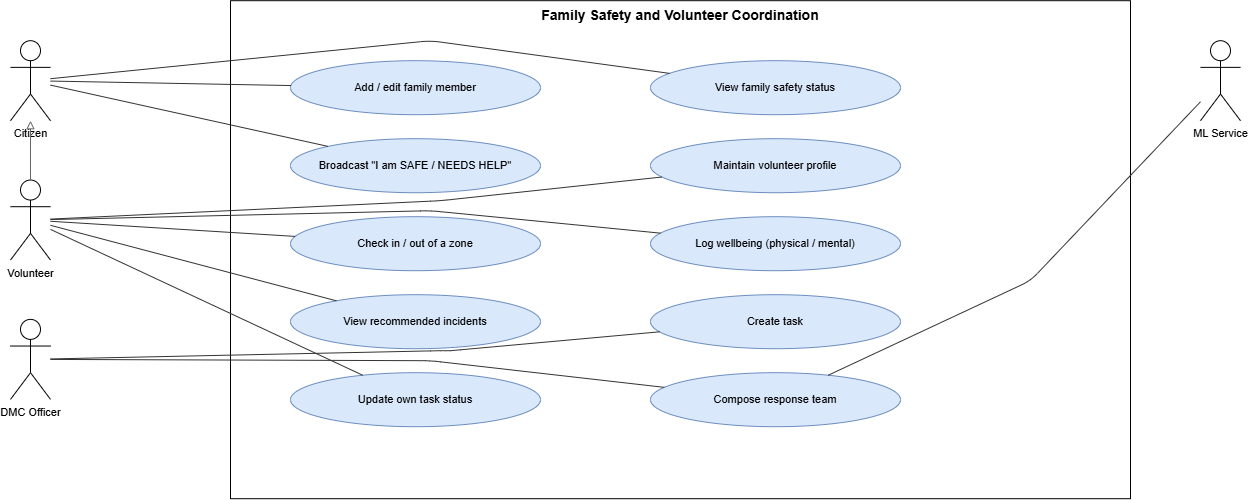
This is research-report-source/diagrams/pngs/Appendix_B.4_UseCase_Family_Safety_and_Volunteers.drawio.png from DeshanDV1003/Suraksha---Web-App, a draw.io export, as it was before one commit. Source tidied: cells renumbered, new cells last; positions are measured from the earlier drawing's top-left corner, leaving out a move shared by most shapes. Its diagram source:
```xml
<mxGraphModel>
  <root>
    <mxCell id="0" />
    <mxCell id="1" parent="0" />
    <mxCell id="2" value="Family Safety and Volunteer Coordination" style="rounded=0;whiteSpace=wrap;html=1;verticalAlign=top;fontStyle=1;fontSize=14;fillColor=none;strokeColor=#000000;" parent="1" vertex="1">
      <mxGeometry x="220" width="900" height="498" as="geometry" />
    </mxCell>
    <mxCell id="3" value="Add / edit family member" style="ellipse;whiteSpace=wrap;html=1;fillColor=#dae8fc;strokeColor=#6c8ebf;fontSize=11;" parent="1" vertex="1">
      <mxGeometry x="280" y="60" width="250" height="54" as="geometry" />
    </mxCell>
    <mxCell id="4" value="View family safety status" style="ellipse;whiteSpace=wrap;html=1;fillColor=#dae8fc;strokeColor=#6c8ebf;fontSize=11;" parent="1" vertex="1">
      <mxGeometry x="640" y="60" width="250" height="54" as="geometry" />
    </mxCell>
    <mxCell id="5" value="Broadcast &quot;I am SAFE / NEEDS HELP&quot;" style="ellipse;whiteSpace=wrap;html=1;fillColor=#dae8fc;strokeColor=#6c8ebf;fontSize=11;" parent="1" vertex="1">
      <mxGeometry x="280" y="138" width="250" height="54" as="geometry" />
    </mxCell>
    <mxCell id="6" value="Maintain volunteer profile" style="ellipse;whiteSpace=wrap;html=1;fillColor=#dae8fc;strokeColor=#6c8ebf;fontSize=11;" parent="1" vertex="1">
      <mxGeometry x="640" y="138" width="250" height="54" as="geometry" />
    </mxCell>
    <mxCell id="7" value="Check in / out of a zone" style="ellipse;whiteSpace=wrap;html=1;fillColor=#dae8fc;strokeColor=#6c8ebf;fontSize=11;" parent="1" vertex="1">
      <mxGeometry x="280" y="216" width="250" height="54" as="geometry" />
    </mxCell>
    <mxCell id="8" value="Log wellbeing (physical / mental)" style="ellipse;whiteSpace=wrap;html=1;fillColor=#dae8fc;strokeColor=#6c8ebf;fontSize=11;" parent="1" vertex="1">
      <mxGeometry x="640" y="216" width="250" height="54" as="geometry" />
    </mxCell>
    <mxCell id="9" value="View recommended incidents" style="ellipse;whiteSpace=wrap;html=1;fillColor=#dae8fc;strokeColor=#6c8ebf;fontSize=11;" parent="1" vertex="1">
      <mxGeometry x="280" y="294" width="250" height="54" as="geometry" />
    </mxCell>
    <mxCell id="10" value="Create task" style="ellipse;whiteSpace=wrap;html=1;fillColor=#dae8fc;strokeColor=#6c8ebf;fontSize=11;" parent="1" vertex="1">
      <mxGeometry x="640" y="294" width="250" height="54" as="geometry" />
    </mxCell>
    <mxCell id="11" value="Update own task status" style="ellipse;whiteSpace=wrap;html=1;fillColor=#dae8fc;strokeColor=#6c8ebf;fontSize=11;" parent="1" vertex="1">
      <mxGeometry x="280" y="372" width="250" height="54" as="geometry" />
    </mxCell>
    <mxCell id="12" value="Compose response team" style="ellipse;whiteSpace=wrap;html=1;fillColor=#dae8fc;strokeColor=#6c8ebf;fontSize=11;" parent="1" vertex="1">
      <mxGeometry x="640" y="372" width="250" height="54" as="geometry" />
    </mxCell>
    <mxCell id="13" value="Citizen" style="shape=umlActor;verticalLabelPosition=bottom;verticalAlign=top;html=1;outlineConnect=0;fontSize=11;" parent="1" vertex="1">
      <mxGeometry y="40" width="40" height="80" as="geometry" />
    </mxCell>
    <mxCell id="14" value="Volunteer" style="shape=umlActor;verticalLabelPosition=bottom;verticalAlign=top;html=1;outlineConnect=0;fontSize=11;" parent="1" vertex="1">
      <mxGeometry y="179.3" width="40" height="80" as="geometry" />
    </mxCell>
    <mxCell id="15" value="DMC Officer" style="shape=umlActor;verticalLabelPosition=bottom;verticalAlign=top;html=1;outlineConnect=0;fontSize=11;" parent="1" vertex="1">
      <mxGeometry y="318.7" width="40" height="80" as="geometry" />
    </mxCell>
    <mxCell id="16" value="ML Service" style="shape=umlActor;verticalLabelPosition=bottom;verticalAlign=top;html=1;outlineConnect=0;fontSize=11;" parent="1" vertex="1">
      <mxGeometry x="1190" y="40" width="40" height="80" as="geometry" />
    </mxCell>
    <mxCell id="17" style="endArrow=block;endFill=0;html=1;strokeColor=#666666;" parent="1" edge="1" source="14" target="13">
      <mxGeometry relative="1" as="geometry" />
    </mxCell>
    <mxCell id="18" style="endArrow=none;html=1;strokeColor=#333333;" parent="1" edge="1" source="13" target="3">
      <mxGeometry relative="1" as="geometry" />
    </mxCell>
    <mxCell id="19" style="endArrow=none;html=1;strokeColor=#333333;" parent="1" edge="1" source="13" target="4">
      <mxGeometry relative="1" as="geometry">
        <Array as="points">
          <mxPoint x="420" y="40" />
        </Array>
      </mxGeometry>
    </mxCell>
    <mxCell id="20" style="endArrow=none;html=1;strokeColor=#333333;" parent="1" edge="1" source="13" target="5">
      <mxGeometry relative="1" as="geometry" />
    </mxCell>
    <mxCell id="21" style="endArrow=none;html=1;strokeColor=#333333;" parent="1" edge="1" source="14" target="6">
      <mxGeometry relative="1" as="geometry">
        <Array as="points">
          <mxPoint x="430" y="200" />
        </Array>
      </mxGeometry>
    </mxCell>
    <mxCell id="22" style="endArrow=none;html=1;strokeColor=#333333;" parent="1" edge="1" source="14" target="7">
      <mxGeometry relative="1" as="geometry" />
    </mxCell>
    <mxCell id="23" style="endArrow=none;html=1;strokeColor=#333333;" parent="1" edge="1" source="14" target="8">
      <mxGeometry relative="1" as="geometry">
        <Array as="points">
          <mxPoint x="420" y="210" />
        </Array>
      </mxGeometry>
    </mxCell>
    <mxCell id="24" style="endArrow=none;html=1;strokeColor=#333333;" parent="1" edge="1" source="14" target="9">
      <mxGeometry relative="1" as="geometry" />
    </mxCell>
    <mxCell id="25" style="endArrow=none;html=1;strokeColor=#333333;" parent="1" edge="1" source="15" target="10">
      <mxGeometry relative="1" as="geometry">
        <Array as="points">
          <mxPoint x="430" y="350" />
          <mxPoint x="440" y="350" />
        </Array>
      </mxGeometry>
    </mxCell>
    <mxCell id="26" style="endArrow=none;html=1;strokeColor=#333333;" parent="1" edge="1" source="14" target="11">
      <mxGeometry relative="1" as="geometry" />
    </mxCell>
    <mxCell id="27" style="endArrow=none;html=1;strokeColor=#333333;" parent="1" edge="1" source="15" target="12">
      <mxGeometry relative="1" as="geometry">
        <Array as="points">
          <mxPoint x="420" y="360" />
        </Array>
      </mxGeometry>
    </mxCell>
    <mxCell id="28" style="endArrow=none;html=1;strokeColor=#333333;" parent="1" edge="1" source="16" target="12">
      <mxGeometry relative="1" as="geometry">
        <Array as="points">
          <mxPoint x="1020" y="280" />
        </Array>
      </mxGeometry>
    </mxCell>
  </root>
</mxGraphModel>
```
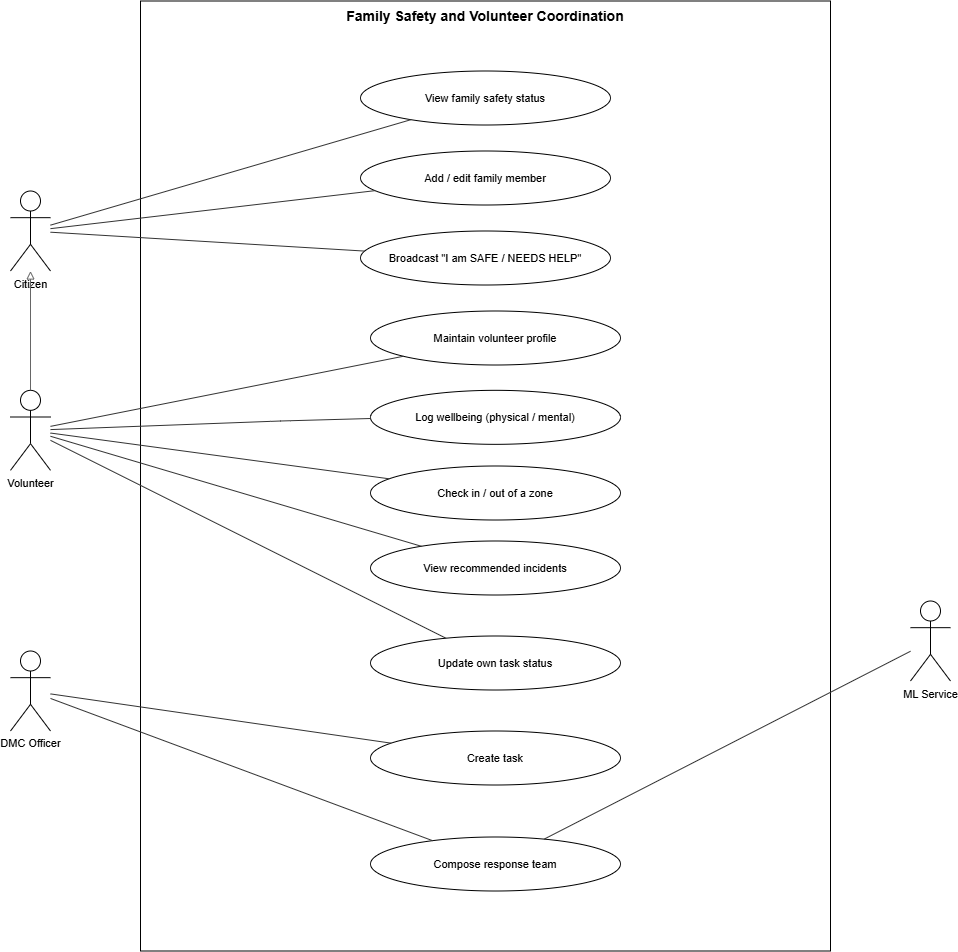
Above is the later version.

The edit, as a diff of the source:
```diff
@@ -3,49 +3,49 @@
     <mxCell id="0" />
     <mxCell id="1" parent="0" />
     <mxCell id="2" value="Family Safety and Volunteer Coordination" style="rounded=0;whiteSpace=wrap;html=1;verticalAlign=top;fontStyle=1;fontSize=14;fillColor=none;strokeColor=#000000;" parent="1" vertex="1">
-      <mxGeometry x="220" width="900" height="498" as="geometry" />
+      <mxGeometry x="280" y="-210" width="690" height="950" as="geometry" />
     </mxCell>
-    <mxCell id="3" value="Add / edit family member" style="ellipse;whiteSpace=wrap;html=1;fillColor=#dae8fc;strokeColor=#6c8ebf;fontSize=11;" parent="1" vertex="1">
-      <mxGeometry x="280" y="60" width="250" height="54" as="geometry" />
+    <mxCell id="3" value="Add / edit family member" style="ellipse;whiteSpace=wrap;html=1;fontSize=11;" parent="1" vertex="1">
+      <mxGeometry x="500" y="-60" width="250" height="54" as="geometry" />
     </mxCell>
-    <mxCell id="4" value="View family safety status" style="ellipse;whiteSpace=wrap;html=1;fillColor=#dae8fc;strokeColor=#6c8ebf;fontSize=11;" parent="1" vertex="1">
-      <mxGeometry x="640" y="60" width="250" height="54" as="geometry" />
+    <mxCell id="4" value="View family safety status" style="ellipse;whiteSpace=wrap;html=1;fontSize=11;" parent="1" vertex="1">
+      <mxGeometry x="500" y="-140" width="250" height="54" as="geometry" />
     </mxCell>
-    <mxCell id="5" value="Broadcast &quot;I am SAFE / NEEDS HELP&quot;" style="ellipse;whiteSpace=wrap;html=1;fillColor=#dae8fc;strokeColor=#6c8ebf;fontSize=11;" parent="1" vertex="1">
-      <mxGeometry x="280" y="138" width="250" height="54" as="geometry" />
+    <mxCell id="5" value="Broadcast &quot;I am SAFE / NEEDS HELP&quot;" style="ellipse;whiteSpace=wrap;html=1;fontSize=11;" parent="1" vertex="1">
+      <mxGeometry x="500" y="20" width="250" height="54" as="geometry" />
     </mxCell>
-    <mxCell id="6" value="Maintain volunteer profile" style="ellipse;whiteSpace=wrap;html=1;fillColor=#dae8fc;strokeColor=#6c8ebf;fontSize=11;" parent="1" vertex="1">
-      <mxGeometry x="640" y="138" width="250" height="54" as="geometry" />
+    <mxCell id="6" value="Maintain volunteer profile" style="ellipse;whiteSpace=wrap;html=1;fontSize=11;" parent="1" vertex="1">
+      <mxGeometry x="510" y="100" width="250" height="54" as="geometry" />
     </mxCell>
-    <mxCell id="7" value="Check in / out of a zone" style="ellipse;whiteSpace=wrap;html=1;fillColor=#dae8fc;strokeColor=#6c8ebf;fontSize=11;" parent="1" vertex="1">
-      <mxGeometry x="280" y="216" width="250" height="54" as="geometry" />
+    <mxCell id="7" value="Check in / out of a zone" style="ellipse;whiteSpace=wrap;html=1;fontSize=11;" parent="1" vertex="1">
+      <mxGeometry x="510" y="255" width="250" height="54" as="geometry" />
     </mxCell>
-    <mxCell id="8" value="Log wellbeing (physical / mental)" style="ellipse;whiteSpace=wrap;html=1;fillColor=#dae8fc;strokeColor=#6c8ebf;fontSize=11;" parent="1" vertex="1">
-      <mxGeometry x="640" y="216" width="250" height="54" as="geometry" />
+    <mxCell id="8" value="Log wellbeing (physical / mental)" style="ellipse;whiteSpace=wrap;html=1;fontSize=11;" parent="1" vertex="1">
+      <mxGeometry x="510" y="179.3" width="250" height="54" as="geometry" />
     </mxCell>
-    <mxCell id="9" value="View recommended incidents" style="ellipse;whiteSpace=wrap;html=1;fillColor=#dae8fc;strokeColor=#6c8ebf;fontSize=11;" parent="1" vertex="1">
-      <mxGeometry x="280" y="294" width="250" height="54" as="geometry" />
+    <mxCell id="9" value="View recommended incidents" style="ellipse;whiteSpace=wrap;html=1;fontSize=11;" parent="1" vertex="1">
+      <mxGeometry x="510" y="330" width="250" height="54" as="geometry" />
     </mxCell>
-    <mxCell id="10" value="Create task" style="ellipse;whiteSpace=wrap;html=1;fillColor=#dae8fc;strokeColor=#6c8ebf;fontSize=11;" parent="1" vertex="1">
-      <mxGeometry x="640" y="294" width="250" height="54" as="geometry" />
+    <mxCell id="10" value="Create task" style="ellipse;whiteSpace=wrap;html=1;fontSize=11;" parent="1" vertex="1">
+      <mxGeometry x="510" y="520" width="250" height="54" as="geometry" />
     </mxCell>
-    <mxCell id="11" value="Update own task status" style="ellipse;whiteSpace=wrap;html=1;fillColor=#dae8fc;strokeColor=#6c8ebf;fontSize=11;" parent="1" vertex="1">
-      <mxGeometry x="280" y="372" width="250" height="54" as="geometry" />
+    <mxCell id="11" value="Update own task status" style="ellipse;whiteSpace=wrap;html=1;fontSize=11;" parent="1" vertex="1">
+      <mxGeometry x="510" y="425" width="250" height="54" as="geometry" />
     </mxCell>
-    <mxCell id="12" value="Compose response team" style="ellipse;whiteSpace=wrap;html=1;fillColor=#dae8fc;strokeColor=#6c8ebf;fontSize=11;" parent="1" vertex="1">
-      <mxGeometry x="640" y="372" width="250" height="54" as="geometry" />
+    <mxCell id="12" value="Compose response team" style="ellipse;whiteSpace=wrap;html=1;fontSize=11;" parent="1" vertex="1">
+      <mxGeometry x="510" y="626" width="250" height="54" as="geometry" />
     </mxCell>
     <mxCell id="13" value="Citizen" style="shape=umlActor;verticalLabelPosition=bottom;verticalAlign=top;html=1;outlineConnect=0;fontSize=11;" parent="1" vertex="1">
-      <mxGeometry y="40" width="40" height="80" as="geometry" />
+      <mxGeometry x="150" y="-20" width="40" height="80" as="geometry" />
     </mxCell>
     <mxCell id="14" value="Volunteer" style="shape=umlActor;verticalLabelPosition=bottom;verticalAlign=top;html=1;outlineConnect=0;fontSize=11;" parent="1" vertex="1">
-      <mxGeometry y="179.3" width="40" height="80" as="geometry" />
+      <mxGeometry x="150" y="179.3" width="40" height="80" as="geometry" />
     </mxCell>
     <mxCell id="15" value="DMC Officer" style="shape=umlActor;verticalLabelPosition=bottom;verticalAlign=top;html=1;outlineConnect=0;fontSize=11;" parent="1" vertex="1">
-      <mxGeometry y="318.7" width="40" height="80" as="geometry" />
+      <mxGeometry x="150" y="440" width="40" height="80" as="geometry" />
     </mxCell>
     <mxCell id="16" value="ML Service" style="shape=umlActor;verticalLabelPosition=bottom;verticalAlign=top;html=1;outlineConnect=0;fontSize=11;" parent="1" vertex="1">
-      <mxGeometry x="1190" y="40" width="40" height="80" as="geometry" />
+      <mxGeometry x="1050" y="390" width="40" height="80" as="geometry" />
     </mxCell>
     <mxCell id="17" style="endArrow=block;endFill=0;html=1;strokeColor=#666666;" parent="1" edge="1" source="14" target="13">
       <mxGeometry relative="1" as="geometry" />
@@ -54,21 +54,13 @@
       <mxGeometry relative="1" as="geometry" />
     </mxCell>
     <mxCell id="19" style="endArrow=none;html=1;strokeColor=#333333;" parent="1" edge="1" source="13" target="4">
-      <mxGeometry relative="1" as="geometry">
-        <Array as="points">
-          <mxPoint x="420" y="40" />
-        </Array>
-      </mxGeometry>
+      <mxGeometry relative="1" as="geometry" />
     </mxCell>
     <mxCell id="20" style="endArrow=none;html=1;strokeColor=#333333;" parent="1" edge="1" source="13" target="5">
       <mxGeometry relative="1" as="geometry" />
     </mxCell>
     <mxCell id="21" style="endArrow=none;html=1;strokeColor=#333333;" parent="1" edge="1" source="14" target="6">
-      <mxGeometry relative="1" as="geometry">
-        <Array as="points">
-          <mxPoint x="430" y="200" />
-        </Array>
-      </mxGeometry>
+      <mxGeometry relative="1" as="geometry" />
     </mxCell>
     <mxCell id="22" style="endArrow=none;html=1;strokeColor=#333333;" parent="1" edge="1" source="14" target="7">
       <mxGeometry relative="1" as="geometry" />
@@ -84,29 +76,16 @@
       <mxGeometry relative="1" as="geometry" />
     </mxCell>
     <mxCell id="25" style="endArrow=none;html=1;strokeColor=#333333;" parent="1" edge="1" source="15" target="10">
-      <mxGeometry relative="1" as="geometry">
-        <Array as="points">
-          <mxPoint x="430" y="350" />
-          <mxPoint x="440" y="350" />
-        </Array>
-      </mxGeometry>
+      <mxGeometry relative="1" as="geometry" />
     </mxCell>
     <mxCell id="26" style="endArrow=none;html=1;strokeColor=#333333;" parent="1" edge="1" source="14" target="11">
       <mxGeometry relative="1" as="geometry" />
     </mxCell>
     <mxCell id="27" style="endArrow=none;html=1;strokeColor=#333333;" parent="1" edge="1" source="15" target="12">
-      <mxGeometry relative="1" as="geometry">
-        <Array as="points">
-          <mxPoint x="420" y="360" />
-        </Array>
-      </mxGeometry>
+      <mxGeometry relative="1" as="geometry" />
     </mxCell>
     <mxCell id="28" style="endArrow=none;html=1;strokeColor=#333333;" parent="1" edge="1" source="16" target="12">
-      <mxGeometry relative="1" as="geometry">
-        <Array as="points">
-          <mxPoint x="1020" y="280" />
-        </Array>
-      </mxGeometry>
+      <mxGeometry relative="1" as="geometry" />
     </mxCell>
   </root>
 </mxGraphModel>
```
